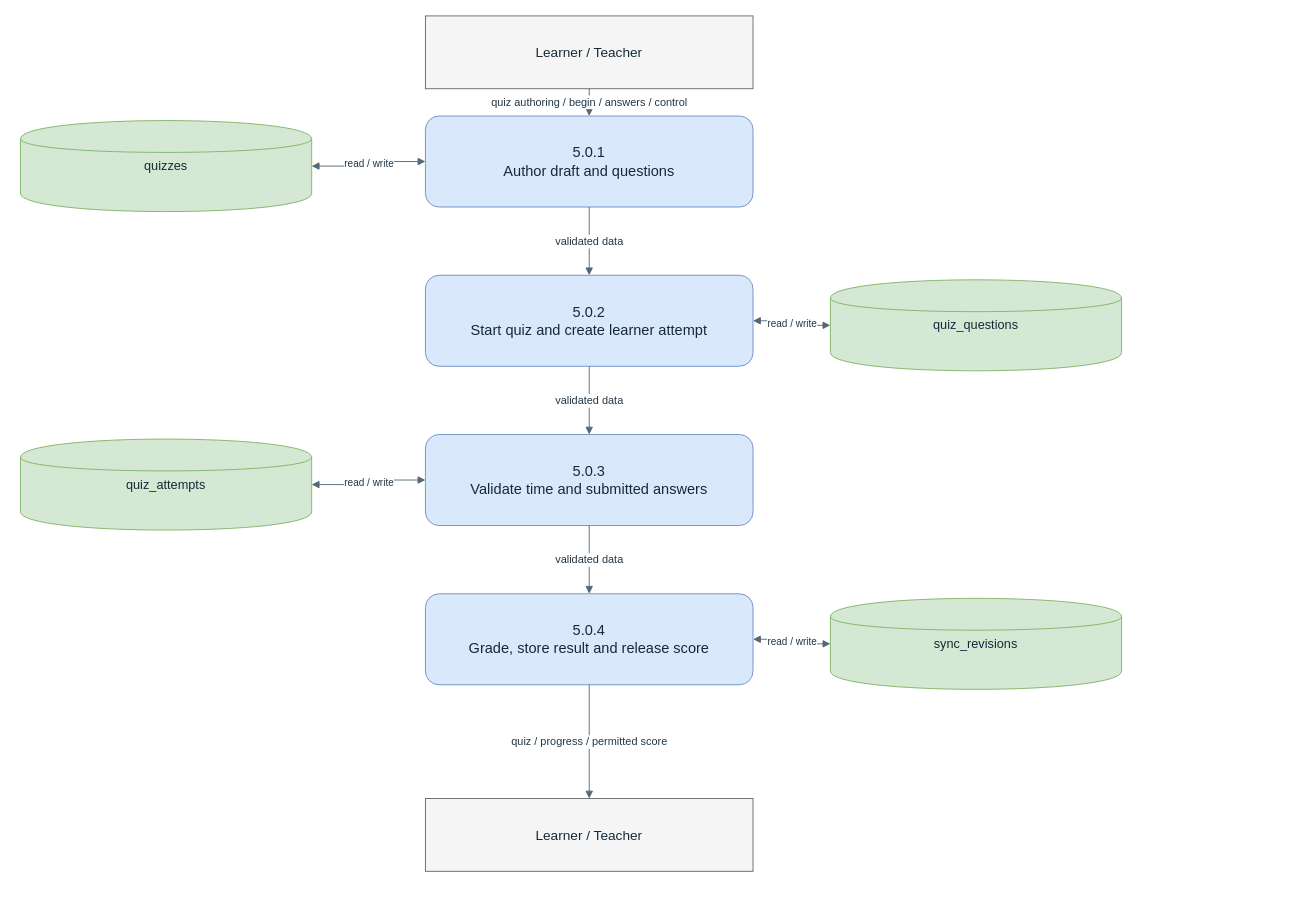
Before: docs/thesis/chapter-3/diagrams/dfd-level-2-quizzes.drawio in BootlegYouki/L.A.R.A, a draw.io diagram. Source tidied: cells renumbered, new cells numbered last; positions are measured from the earlier drawing's top-left corner, leaving out a move shared by most shapes. Both pictures are drawn from the tidied source at 91%, with x=0, y=0 at pixel (20, 15).
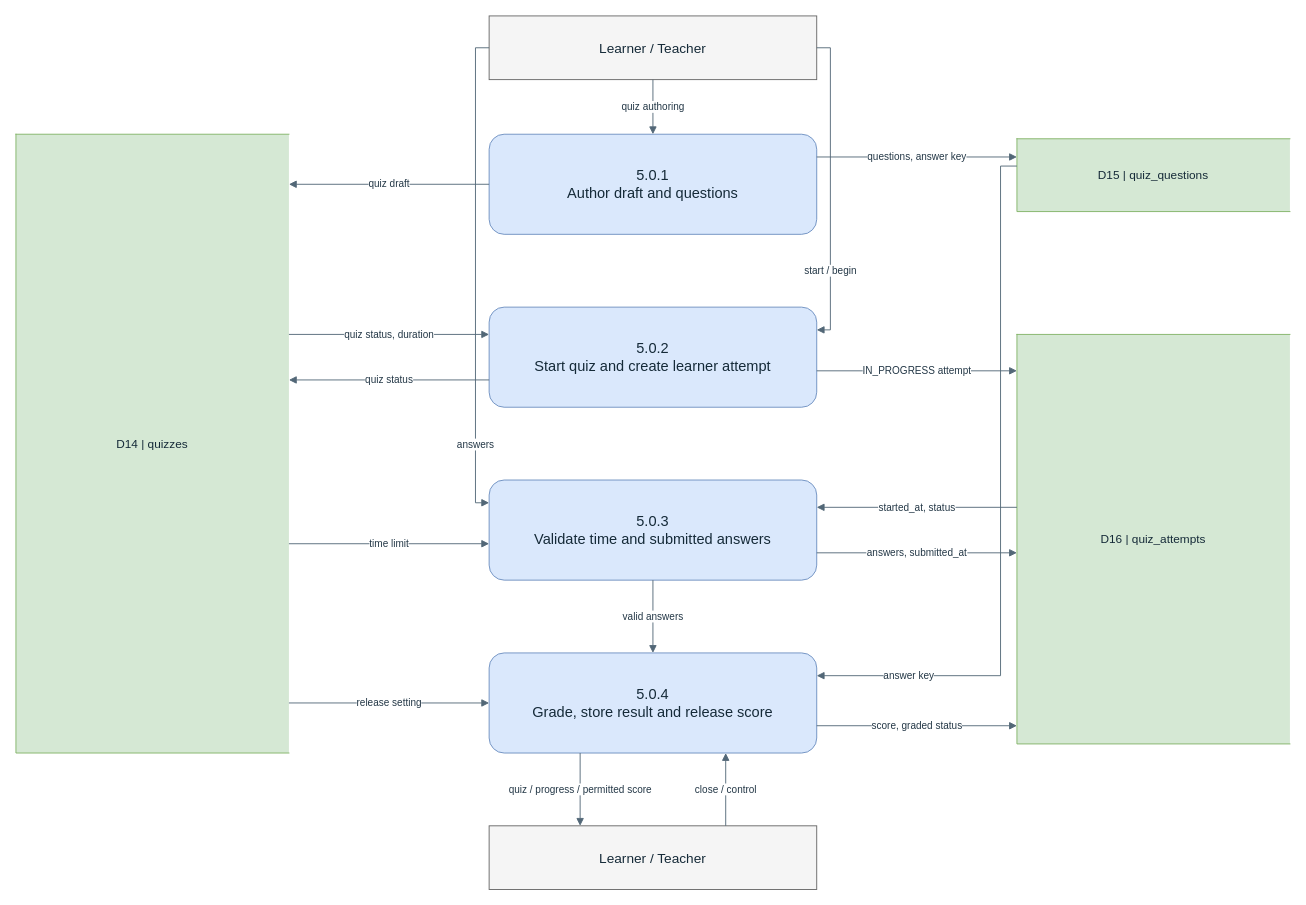
The same page after the edit.

What changed in the source:
```diff
@@
     <mxCell id="2" value="Learner / Teacher" style="rounded=0;whiteSpace=wrap;html=1;fillColor=#f5f5f5;strokeColor=#666666;fontColor=#152a38;fontSize=15;align=center;verticalAlign=middle;spacing=6;" parent="1" vertex="1">
-      <mxGeometry x="445" width="360" height="80" as="geometry" />
+      <mxGeometry x="515" width="360" height="70" as="geometry" />
     </mxCell>
-    <mxCell id="3" value="Learner / Teacher" style="rounded=0;whiteSpace=wrap;html=1;fillColor=#f5f5f5;strokeColor=#666666;fontColor=#152a38;fontSize=15;align=center;verticalAlign=middle;spacing=6;" parent="1" vertex="1">
-      <mxGeometry x="445" y="860" width="360" height="80" as="geometry" />
+    <mxCell id="3" value="5.0.1&#10;Author draft and questions" style="rounded=1;whiteSpace=wrap;html=1;fillColor=#dae8fc;strokeColor=#6c8ebf;fontColor=#152a38;fontSize=16;align=center;verticalAlign=middle;spacing=6;" parent="1" vertex="1">
+      <mxGeometry x="515" y="130" width="360" height="110" as="geometry" />
     </mxCell>
-    <mxCell id="4" value="5.0.1&#10;Author draft and questions" style="rounded=1;whiteSpace=wrap;html=1;fillColor=#dae8fc;strokeColor=#6c8ebf;fontColor=#152a38;fontSize=16;align=center;verticalAlign=middle;spacing=6;" parent="1" vertex="1">
-      <mxGeometry x="445" y="110" width="360" height="100" as="geometry" />
+    <mxCell id="4" value="5.0.2&#10;Start quiz and create learner attempt" style="rounded=1;whiteSpace=wrap;html=1;fillColor=#dae8fc;strokeColor=#6c8ebf;fontColor=#152a38;fontSize=16;align=center;verticalAlign=middle;spacing=6;" parent="1" vertex="1">
+      <mxGeometry x="515" y="320" width="360" height="110" as="geometry" />
     </mxCell>
-    <mxCell id="5" value="5.0.2&#10;Start quiz and create learner attempt" style="rounded=1;whiteSpace=wrap;html=1;fillColor=#dae8fc;strokeColor=#6c8ebf;fontColor=#152a38;fontSize=16;align=center;verticalAlign=middle;spacing=6;" parent="1" vertex="1">
-      <mxGeometry x="445" y="285" width="360" height="100" as="geometry" />
+    <mxCell id="5" value="5.0.3&#10;Validate time and submitted answers" style="rounded=1;whiteSpace=wrap;html=1;fillColor=#dae8fc;strokeColor=#6c8ebf;fontColor=#152a38;fontSize=16;align=center;verticalAlign=middle;spacing=6;" parent="1" vertex="1">
+      <mxGeometry x="515" y="510" width="360" height="110" as="geometry" />
     </mxCell>
-    <mxCell id="6" value="5.0.3&#10;Validate time and submitted answers" style="rounded=1;whiteSpace=wrap;html=1;fillColor=#dae8fc;strokeColor=#6c8ebf;fontColor=#152a38;fontSize=16;align=center;verticalAlign=middle;spacing=6;" parent="1" vertex="1">
-      <mxGeometry x="445" y="460" width="360" height="100" as="geometry" />
+    <mxCell id="6" value="5.0.4&#10;Grade, store result and release score" style="rounded=1;whiteSpace=wrap;html=1;fillColor=#dae8fc;strokeColor=#6c8ebf;fontColor=#152a38;fontSize=16;align=center;verticalAlign=middle;spacing=6;" parent="1" vertex="1">
+      <mxGeometry x="515" y="700" width="360" height="110" as="geometry" />
     </mxCell>
-    <mxCell id="7" value="5.0.4&#10;Grade, store result and release score" style="rounded=1;whiteSpace=wrap;html=1;fillColor=#dae8fc;strokeColor=#6c8ebf;fontColor=#152a38;fontSize=16;align=center;verticalAlign=middle;spacing=6;" parent="1" vertex="1">
-      <mxGeometry x="445" y="635" width="360" height="100" as="geometry" />
+    <mxCell id="7" value="Learner / Teacher" style="rounded=0;whiteSpace=wrap;html=1;fillColor=#f5f5f5;strokeColor=#666666;fontColor=#152a38;fontSize=15;align=center;verticalAlign=middle;spacing=6;" parent="1" vertex="1">
+      <mxGeometry x="515" y="890" width="360" height="70" as="geometry" />
     </mxCell>
-    <mxCell id="8" value="quizzes" style="shape=cylinder;whiteSpace=wrap;html=1;fillColor=#d5e8d4;strokeColor=#82b366;fontColor=#152a38;fontSize=14;align=center;verticalAlign=middle;spacing=6;" parent="1" vertex="1">
-      <mxGeometry y="115" width="320" height="100" as="geometry" />
+    <mxCell id="8" value="D14 | quizzes" style="shape=partialRectangle;left=1;right=0;top=1;bottom=1;whiteSpace=wrap;html=1;fillColor=#d5e8d4;strokeColor=#82b366;fontColor=#152a38;fontSize=13;align=center;verticalAlign=middle;spacing=5;" parent="1" vertex="1">
+      <mxGeometry x="-5" y="130" width="300" height="680" as="geometry" />
     </mxCell>
-    <mxCell id="9" value="quiz_questions" style="shape=cylinder;whiteSpace=wrap;html=1;fillColor=#d5e8d4;strokeColor=#82b366;fontColor=#152a38;fontSize=14;align=center;verticalAlign=middle;spacing=6;" parent="1" vertex="1">
-      <mxGeometry x="890" y="290" width="320" height="100" as="geometry" />
+    <mxCell id="9" value="D15 | quiz_questions" style="shape=partialRectangle;left=1;right=0;top=1;bottom=1;whiteSpace=wrap;html=1;fillColor=#d5e8d4;strokeColor=#82b366;fontColor=#152a38;fontSize=13;align=center;verticalAlign=middle;spacing=5;" parent="1" vertex="1">
+      <mxGeometry x="1095" y="135" width="300" height="80" as="geometry" />
     </mxCell>
-    <mxCell id="10" value="quiz_attempts" style="shape=cylinder;whiteSpace=wrap;html=1;fillColor=#d5e8d4;strokeColor=#82b366;fontColor=#152a38;fontSize=14;align=center;verticalAlign=middle;spacing=6;" parent="1" vertex="1">
-      <mxGeometry y="465" width="320" height="100" as="geometry" />
+    <mxCell id="10" value="D16 | quiz_attempts" style="shape=partialRectangle;left=1;right=0;top=1;bottom=1;whiteSpace=wrap;html=1;fillColor=#d5e8d4;strokeColor=#82b366;fontColor=#152a38;fontSize=13;align=center;verticalAlign=middle;spacing=5;" parent="1" vertex="1">
+      <mxGeometry x="1095" y="350" width="300" height="450" as="geometry" />
     </mxCell>
-    <mxCell id="11" value="sync_revisions" style="shape=cylinder;whiteSpace=wrap;html=1;fillColor=#d5e8d4;strokeColor=#82b366;fontColor=#152a38;fontSize=14;align=center;verticalAlign=middle;spacing=6;" parent="1" vertex="1">
-      <mxGeometry x="890" y="640" width="320" height="100" as="geometry" />
+    <mxCell id="11" value="quiz authoring" style="rounded=0;html=1;strokeColor=#526777;fontColor=#233746;fontSize=11;endArrow=block;endFill=1;labelBackgroundColor=#ffffff;exitX=0.5;exitY=1.0;exitDx=0;exitDy=0;entryX=0.5;entryY=0.0;entryDx=0;entryDy=0;" parent="1" edge="1" source="2" target="3">
+      <mxGeometry relative="1" as="geometry" />
     </mxCell>
-    <mxCell id="12" value="quiz authoring / begin / answers / control" style="edgeStyle=orthogonalEdgeStyle;rounded=0;jettySize=auto;html=1;strokeColor=#526777;fontColor=#233746;fontSize=12;endArrow=block;endFill=1;labelBackgroundColor=#ffffff;" parent="1" edge="1" source="2" target="4">
+    <mxCell id="12" value="quiz draft" style="rounded=0;html=1;strokeColor=#526777;fontColor=#233746;fontSize=11;endArrow=block;endFill=1;labelBackgroundColor=#ffffff;exitX=0.0;exitY=0.5;exitDx=0;exitDy=0;entryX=1.0;entryY=0.0809;entryDx=0;entryDy=0;" parent="1" edge="1" source="3" target="8">
       <mxGeometry relative="1" as="geometry" />
     </mxCell>
-    <mxCell id="13" value="validated data" style="edgeStyle=orthogonalEdgeStyle;rounded=0;jettySize=auto;html=1;strokeColor=#526777;fontColor=#233746;fontSize=12;endArrow=block;endFill=1;labelBackgroundColor=#ffffff;" parent="1" edge="1" source="4" target="5">
+    <mxCell id="13" value="questions, answer key" style="rounded=0;html=1;strokeColor=#526777;fontColor=#233746;fontSize=11;endArrow=block;endFill=1;labelBackgroundColor=#ffffff;exitX=1.0;exitY=0.2273;exitDx=0;exitDy=0;entryX=0.0;entryY=0.25;entryDx=0;entryDy=0;" parent="1" edge="1" source="3" target="9">
       <mxGeometry relative="1" as="geometry" />
     </mxCell>
-    <mxCell id="14" value="validated data" style="edgeStyle=orthogonalEdgeStyle;rounded=0;jettySize=auto;html=1;strokeColor=#526777;fontColor=#233746;fontSize=12;endArrow=block;endFill=1;labelBackgroundColor=#ffffff;" parent="1" edge="1" source="5" target="6">
-      <mxGeometry relative="1" as="geometry" />
+    <mxCell id="14" value="start / begin" style="rounded=0;html=1;strokeColor=#526777;fontColor=#233746;fontSize=11;endArrow=block;endFill=1;labelBackgroundColor=#ffffff;exitX=1.0;exitY=0.5;exitDx=0;exitDy=0;entryX=1.0;entryY=0.2273;entryDx=0;entryDy=0;" parent="1" edge="1" source="2" target="4">
+      <mxGeometry x="0.53" relative="1" as="geometry">
+        <Array as="points">
+          <mxPoint x="890" y="35" />
+          <mxPoint x="890" y="345" />
+        </Array>
+      </mxGeometry>
     </mxCell>
-    <mxCell id="15" value="validated data" style="edgeStyle=orthogonalEdgeStyle;rounded=0;jettySize=auto;html=1;strokeColor=#526777;fontColor=#233746;fontSize=12;endArrow=block;endFill=1;labelBackgroundColor=#ffffff;" parent="1" edge="1" source="6" target="7">
+    <mxCell id="15" value="quiz status, duration" style="rounded=0;html=1;strokeColor=#526777;fontColor=#233746;fontSize=11;endArrow=block;endFill=1;labelBackgroundColor=#ffffff;exitX=1.0;exitY=0.3235;exitDx=0;exitDy=0;entryX=0.0;entryY=0.2727;entryDx=0;entryDy=0;" parent="1" edge="1" source="8" target="4">
       <mxGeometry relative="1" as="geometry" />
     </mxCell>
-    <mxCell id="16" value="quiz / progress / permitted score" style="edgeStyle=orthogonalEdgeStyle;rounded=0;jettySize=auto;html=1;strokeColor=#526777;fontColor=#233746;fontSize=12;endArrow=block;endFill=1;labelBackgroundColor=#ffffff;" parent="1" edge="1" source="7" target="3">
+    <mxCell id="16" value="quiz status" style="rounded=0;html=1;strokeColor=#526777;fontColor=#233746;fontSize=11;endArrow=block;endFill=1;labelBackgroundColor=#ffffff;exitX=0.0;exitY=0.7273;exitDx=0;exitDy=0;entryX=1.0;entryY=0.3971;entryDx=0;entryDy=0;" parent="1" edge="1" source="4" target="8">
       <mxGeometry relative="1" as="geometry" />
     </mxCell>
-    <mxCell id="17" value="read / write" style="edgeStyle=orthogonalEdgeStyle;rounded=0;html=1;strokeColor=#526777;fontColor=#233746;fontSize=11;startArrow=block;endArrow=block;startFill=1;endFill=1;labelBackgroundColor=#ffffff;" parent="1" edge="1" source="4" target="8">
+    <mxCell id="17" value="IN_PROGRESS attempt" style="rounded=0;html=1;strokeColor=#526777;fontColor=#233746;fontSize=11;endArrow=block;endFill=1;labelBackgroundColor=#ffffff;exitX=1.0;exitY=0.6364;exitDx=0;exitDy=0;entryX=0.0;entryY=0.0889;entryDx=0;entryDy=0;" parent="1" edge="1" source="4" target="10">
       <mxGeometry relative="1" as="geometry" />
     </mxCell>
-    <mxCell id="18" value="read / write" style="edgeStyle=orthogonalEdgeStyle;rounded=0;html=1;strokeColor=#526777;fontColor=#233746;fontSize=11;startArrow=block;endArrow=block;startFill=1;endFill=1;labelBackgroundColor=#ffffff;" parent="1" edge="1" source="5" target="9">
-      <mxGeometry relative="1" as="geometry" />
+    <mxCell id="18" value="answers" style="rounded=0;html=1;strokeColor=#526777;fontColor=#233746;fontSize=11;endArrow=block;endFill=1;labelBackgroundColor=#ffffff;exitX=0.0;exitY=0.5;exitDx=0;exitDy=0;entryX=0.0;entryY=0.2273;entryDx=0;entryDy=0;" parent="1" edge="1" source="2" target="5">
+      <mxGeometry x="0.7" relative="1" as="geometry">
+        <Array as="points">
+          <mxPoint x="500" y="35" />
+          <mxPoint x="500" y="535" />
+        </Array>
+      </mxGeometry>
     </mxCell>
-    <mxCell id="19" value="read / write" style="edgeStyle=orthogonalEdgeStyle;rounded=0;html=1;strokeColor=#526777;fontColor=#233746;fontSize=11;startArrow=block;endArrow=block;startFill=1;endFill=1;labelBackgroundColor=#ffffff;" parent="1" edge="1" source="6" target="10">
+    <mxCell id="19" value="time limit" style="rounded=0;html=1;strokeColor=#526777;fontColor=#233746;fontSize=11;endArrow=block;endFill=1;labelBackgroundColor=#ffffff;exitX=1.0;exitY=0.6618;exitDx=0;exitDy=0;entryX=0.0;entryY=0.6364;entryDx=0;entryDy=0;" parent="1" edge="1" source="8" target="5">
       <mxGeometry relative="1" as="geometry" />
     </mxCell>
-    <mxCell id="20" value="read / write" style="edgeStyle=orthogonalEdgeStyle;rounded=0;html=1;strokeColor=#526777;fontColor=#233746;fontSize=11;startArrow=block;endArrow=block;startFill=1;endFill=1;labelBackgroundColor=#ffffff;" parent="1" edge="1" source="7" target="11">
+    <mxCell id="20" value="started_at, status" style="rounded=0;html=1;strokeColor=#526777;fontColor=#233746;fontSize=11;endArrow=block;endFill=1;labelBackgroundColor=#ffffff;exitX=0.0;exitY=0.4222;exitDx=0;exitDy=0;entryX=1.0;entryY=0.2727;entryDx=0;entryDy=0;" parent="1" edge="1" source="10" target="5">
       <mxGeometry relative="1" as="geometry" />
     </mxCell>
+    <mxCell id="21" value="answers, submitted_at" style="rounded=0;html=1;strokeColor=#526777;fontColor=#233746;fontSize=11;endArrow=block;endFill=1;labelBackgroundColor=#ffffff;exitX=1.0;exitY=0.7273;exitDx=0;exitDy=0;entryX=0.0;entryY=0.5333;entryDx=0;entryDy=0;" parent="1" edge="1" source="5" target="10">
+      <mxGeometry relative="1" as="geometry" />
+    </mxCell>
+    <mxCell id="22" value="valid answers" style="rounded=0;html=1;strokeColor=#526777;fontColor=#233746;fontSize=11;endArrow=block;endFill=1;labelBackgroundColor=#ffffff;exitX=0.5;exitY=1.0;exitDx=0;exitDy=0;entryX=0.5;entryY=0.0;entryDx=0;entryDy=0;" parent="1" edge="1" source="5" target="6">
+      <mxGeometry relative="1" as="geometry" />
+    </mxCell>
+    <mxCell id="23" value="answer key" style="rounded=0;html=1;strokeColor=#526777;fontColor=#233746;fontSize=11;endArrow=block;endFill=1;labelBackgroundColor=#ffffff;exitX=0.0;exitY=0.375;exitDx=0;exitDy=0;entryX=1.0;entryY=0.2273;entryDx=0;entryDy=0;" parent="1" edge="1" source="9" target="6">
+      <mxGeometry x="0.74" relative="1" as="geometry">
+        <Array as="points">
+          <mxPoint x="1077" y="165" />
+          <mxPoint x="1077" y="725" />
+        </Array>
+      </mxGeometry>
+    </mxCell>
+    <mxCell id="24" value="score, graded status" style="rounded=0;html=1;strokeColor=#526777;fontColor=#233746;fontSize=11;endArrow=block;endFill=1;labelBackgroundColor=#ffffff;exitX=1.0;exitY=0.7273;exitDx=0;exitDy=0;entryX=0.0;entryY=0.9556;entryDx=0;entryDy=0;" parent="1" edge="1" source="6" target="10">
+      <mxGeometry relative="1" as="geometry" />
+    </mxCell>
+    <mxCell id="25" value="release setting" style="rounded=0;html=1;strokeColor=#526777;fontColor=#233746;fontSize=11;endArrow=block;endFill=1;labelBackgroundColor=#ffffff;exitX=1.0;exitY=0.9191;exitDx=0;exitDy=0;entryX=0.0;entryY=0.5;entryDx=0;entryDy=0;" parent="1" edge="1" source="8" target="6">
+      <mxGeometry relative="1" as="geometry" />
+    </mxCell>
+    <mxCell id="26" value="quiz / progress / permitted score" style="rounded=0;html=1;strokeColor=#526777;fontColor=#233746;fontSize=11;endArrow=block;endFill=1;labelBackgroundColor=#ffffff;exitX=0.2778;exitY=1.0;exitDx=0;exitDy=0;entryX=0.2778;entryY=0.0;entryDx=0;entryDy=0;" parent="1" edge="1" source="6" target="7">
+      <mxGeometry relative="1" as="geometry" />
+    </mxCell>
+    <mxCell id="27" value="close / control" style="rounded=0;html=1;strokeColor=#526777;fontColor=#233746;fontSize=11;endArrow=block;endFill=1;labelBackgroundColor=#ffffff;exitX=0.7222;exitY=0.0;exitDx=0;exitDy=0;entryX=0.7222;entryY=1.0;entryDx=0;entryDy=0;" parent="1" edge="1" source="7" target="6">
+      <mxGeometry relative="1" as="geometry" />
+    </mxCell>
```
